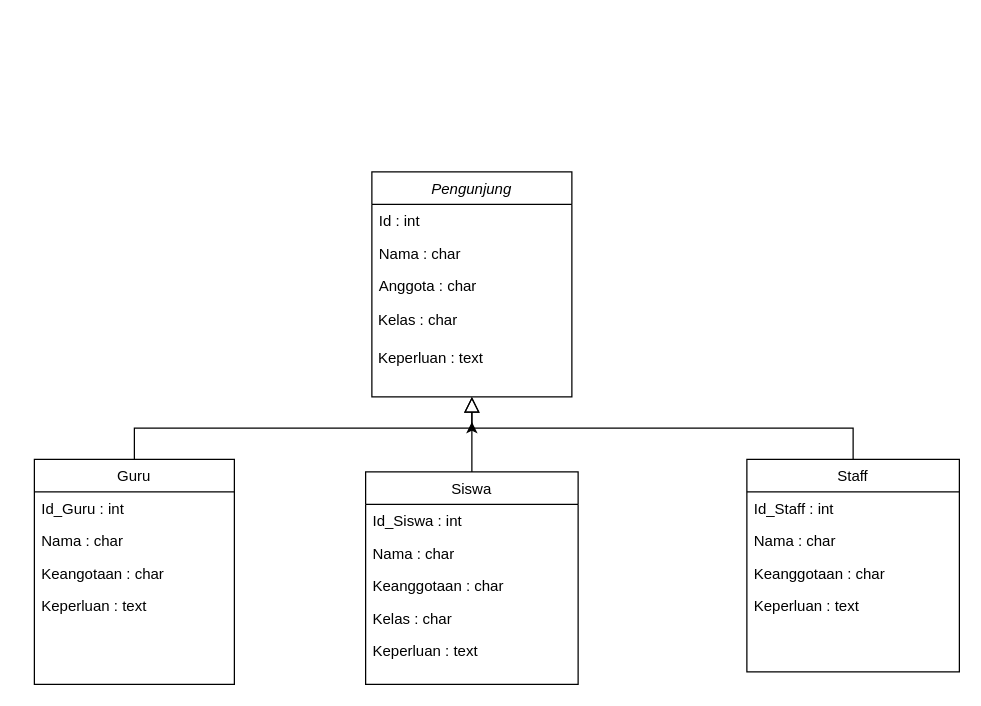
The draw.io diagram ClassDiagram_Perpus.drawio in thehardworkers/perpus-digital, before the edit. Source tidied: cells renumbered, new cells numbered last; positions are measured from the earlier drawing's top-left corner, leaving out a move shared by most shapes. Both pictures are drawn from the tidied source at 125%, with x=0, y=0 at pixel (34, 171).
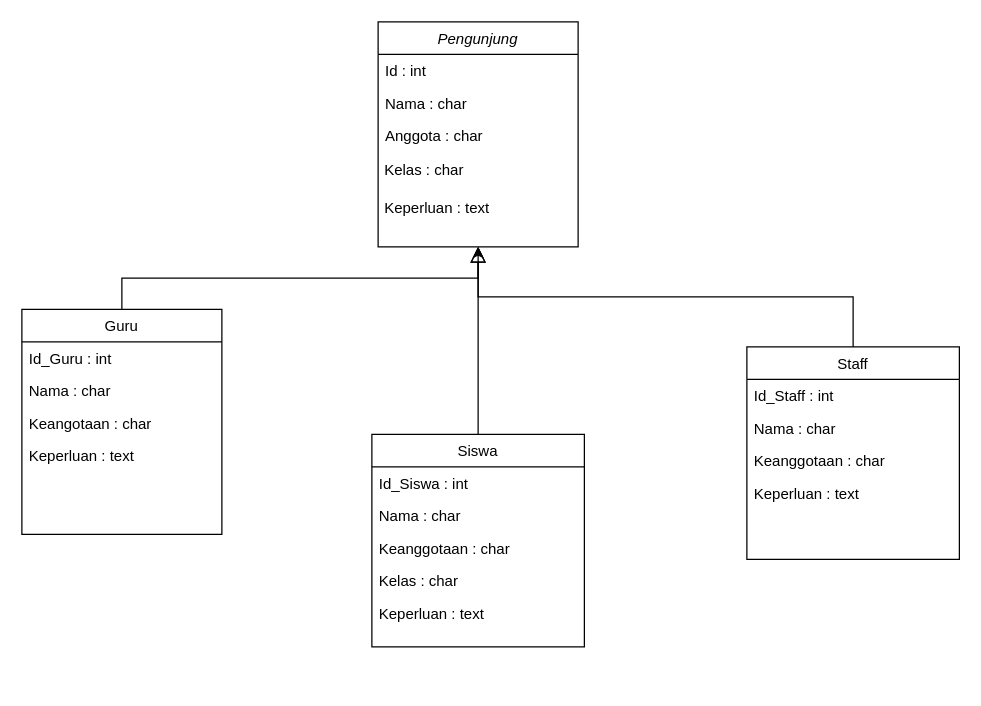
The same page after the edit.

What changed in the source:
```diff
@@
     <mxCell id="2" value="Pengunjung" style="swimlane;fontStyle=2;align=center;verticalAlign=top;horizontal=1;startSize=26;rounded=0;shadow=0;strokeWidth=1;" parent="1" vertex="1">
-      <mxGeometry x="270" width="160" height="180" as="geometry" />
+      <mxGeometry x="275" y="-120" width="160" height="180" as="geometry" />
     </mxCell>
@@
     <mxCell id="8" value="Guru" style="swimlane;fontStyle=0;align=center;verticalAlign=top;horizontal=1;startSize=26;rounded=0;shadow=0;strokeWidth=1;" parent="1" vertex="1">
-      <mxGeometry y="230" width="160" height="180" as="geometry" />
+      <mxGeometry x="-10" y="110" width="160" height="180" as="geometry" />
     </mxCell>
@@
     <mxCell id="14" value="Staff" style="swimlane;fontStyle=0;align=center;verticalAlign=top;horizontal=1;startSize=26;rounded=0;shadow=0;strokeWidth=1;" parent="1" vertex="1">
-      <mxGeometry x="570" y="230" width="170" height="170" as="geometry" />
+      <mxGeometry x="570" y="140" width="170" height="170" as="geometry" />
     </mxCell>
@@
-    <mxCell id="20" style="edgeStyle=orthogonalEdgeStyle;rounded=0;jettySize=auto;html=1;" parent="1" edge="1" source="21">
-      <mxGeometry relative="1" as="geometry">
-        <mxPoint x="350" y="200" as="targetPoint" />
-      </mxGeometry>
-    </mxCell>
+    <mxCell id="27" style="edgeStyle=orthogonalEdgeStyle;rounded=0;jettySize=auto;html=1;exitX=0.5;exitY=0;exitDx=0;exitDy=0;entryX=0.5;entryY=1;entryDx=0;entryDy=0;" parent="1" edge="1" source="21" target="2">
+      <mxGeometry relative="1" as="geometry" />
+    </mxCell>
     <mxCell id="21" value="Siswa" style="swimlane;fontStyle=0;align=center;verticalAlign=top;horizontal=1;startSize=26;rounded=0;shadow=0;strokeWidth=1;" parent="1" vertex="1">
-      <mxGeometry x="265" y="240" width="170" height="170" as="geometry" />
+      <mxGeometry x="270" y="210" width="170" height="170" as="geometry" />
     </mxCell>
```
